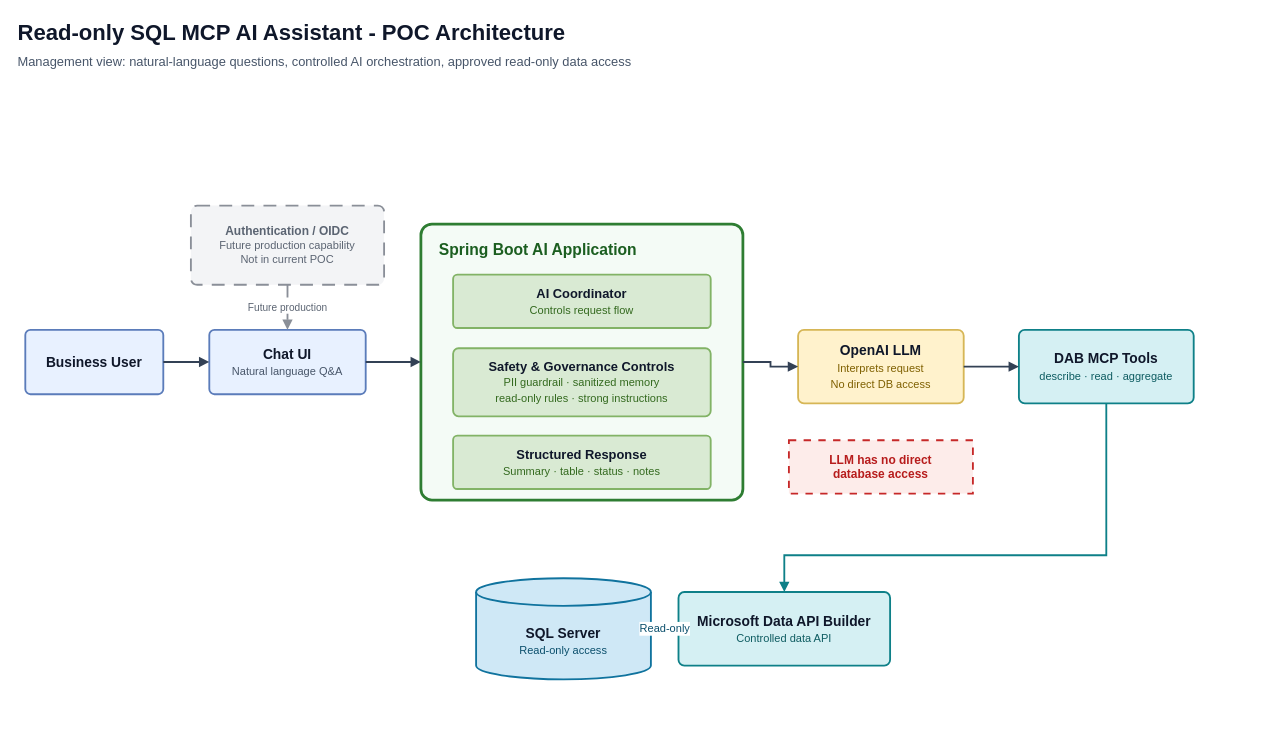
Above: docs/sql-mcp-poc-architecture.drawio in prakashmutyala07/sql-mcp (draw.io), before the change. Source tidied: cells renumbered, new cells numbered last; positions are measured from the earlier drawing's top-left corner, leaving out a move shared by most shapes. Both pictures are drawn from the tidied source at 92%, with x=0, y=0 at pixel (16, 16).
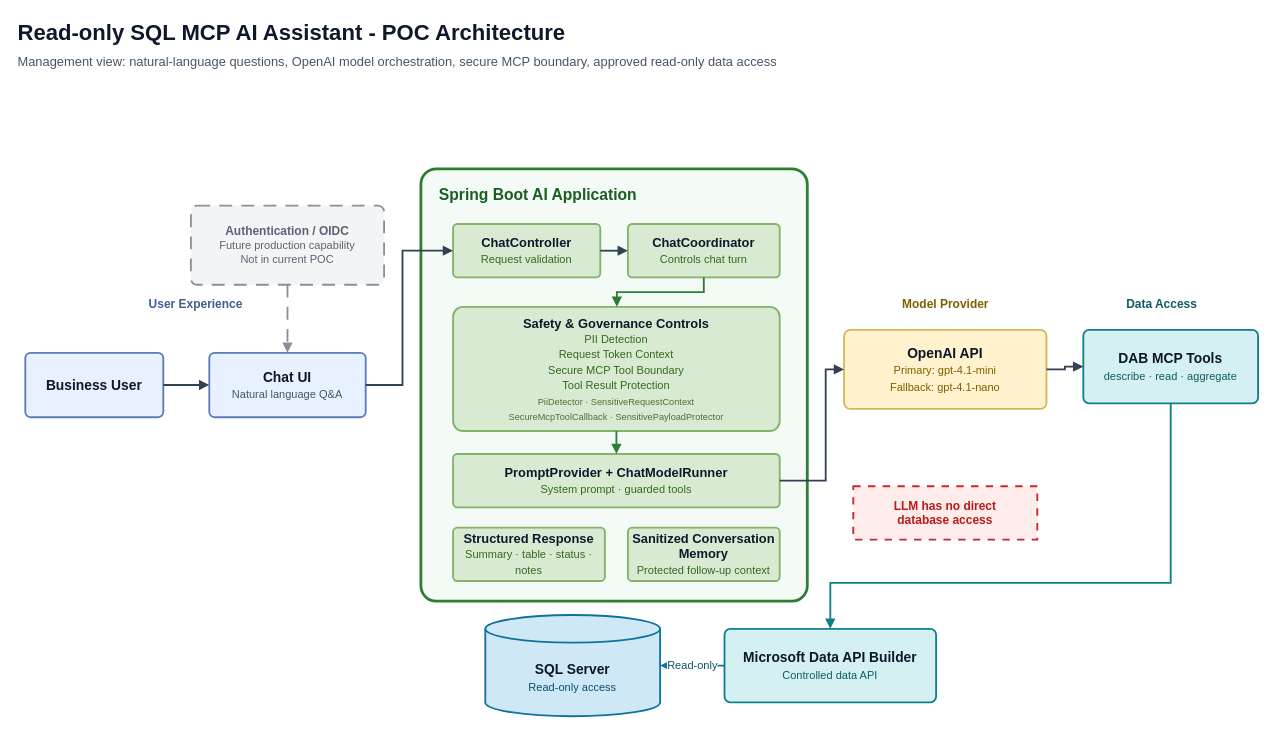
The same diagram, later.

Commit message (it also covers changes not shown here):
Refresh architecture documentation

Unchanged cells that the change refers to:
```xml
<mxCell id="6" value="&lt;b&gt;Authentication / OIDC&lt;/b&gt;&lt;br&gt;&lt;font style=&quot;font-size: 12px;&quot;&gt;Future production capability&lt;br&gt;Not in current POC&lt;/font&gt;" style="rounded=1;whiteSpace=wrap;html=1;fillColor=#f3f4f6;strokeColor=#8a8f98;dashed=1;dashPattern=7 5;fontSize=13;fontColor=#5b6472;arcSize=8;strokeWidth=2;" parent="1" vertex="1">
  <mxGeometry x="190" y="206" width="210" height="86" as="geometry" />
</mxCell>
```

Change to the diagram source:
```diff
@@
-    <mxCell id="3" value="Management view: natural-language questions, controlled AI orchestration, approved read-only data access" style="text;html=1;strokeColor=none;fillColor=none;align=left;verticalAlign=middle;fontSize=14;fontColor=#475569;" parent="1" vertex="1">
-      <mxGeometry y="38" width="1050" height="24" as="geometry" />
+    <mxCell id="3" value="Management view: natural-language questions, OpenAI model orchestration, secure MCP boundary, approved read-only data access" style="text;html=1;strokeColor=none;fillColor=none;align=left;verticalAlign=middle;fontSize=14;fontColor=#475569;" parent="1" vertex="1">
+      <mxGeometry y="38" width="1180" height="24" as="geometry" />
     </mxCell>
+    <mxCell id="23" value="User Experience" style="text;html=1;strokeColor=none;fillColor=none;align=center;verticalAlign=middle;fontSize=13;fontStyle=1;fontColor=#3f5f91;" parent="1" vertex="1">
+      <mxGeometry x="10" y="301" width="370" height="24" as="geometry" />
+    </mxCell>
     <mxCell id="4" value="&lt;b&gt;Business User&lt;/b&gt;" style="rounded=1;whiteSpace=wrap;html=1;fillColor=#e8f1ff;strokeColor=#5b7cba;fontSize=15;fontColor=#0f172a;arcSize=8;strokeWidth=2;" parent="1" vertex="1">
-      <mxGeometry x="10" y="341" width="150" height="70" as="geometry" />
+      <mxGeometry x="10" y="366" width="150" height="70" as="geometry" />
     </mxCell>
     <mxCell id="5" value="&lt;b&gt;Chat UI&lt;/b&gt;&lt;br&gt;&lt;font style=&quot;font-size: 12px;&quot; color=&quot;#475569&quot;&gt;Natural language Q&amp;amp;A&lt;/font&gt;" style="rounded=1;whiteSpace=wrap;html=1;fillColor=#e8f1ff;strokeColor=#5b7cba;fontSize=15;fontColor=#0f172a;arcSize=8;strokeWidth=2;" parent="1" vertex="1">
-      <mxGeometry x="210" y="341" width="170" height="70" as="geometry" />
+      <mxGeometry x="210" y="366" width="170" height="70" as="geometry" />
     </mxCell>
@@
     <mxCell id="7" value="&lt;b&gt;Spring Boot AI Application&lt;/b&gt;" style="rounded=1;whiteSpace=wrap;html=1;fillColor=#f4fbf6;strokeColor=#2e7d32;strokeWidth=3;verticalAlign=top;align=left;spacingLeft=18;spacingTop=12;fontSize=17;fontColor=#1b5e20;arcSize=4;" parent="1" vertex="1">
-      <mxGeometry x="440" y="226" width="350" height="300" as="geometry" />
+      <mxGeometry x="440" y="166" width="420" height="470" as="geometry" />
     </mxCell>
+    <mxCell id="24" value="&lt;b&gt;ChatController&lt;/b&gt;&lt;br&gt;&lt;font style=&quot;font-size: 12px;&quot; color=&quot;#33691e&quot;&gt;Request validation&lt;/font&gt;" style="rounded=1;whiteSpace=wrap;html=1;fillColor=#d9ead3;strokeColor=#82b366;fontSize=14;fontColor=#0f172a;arcSize=8;strokeWidth=2;" parent="1" vertex="1">
+      <mxGeometry x="475" y="226" width="160" height="58" as="geometry" />
+    </mxCell>
-    <mxCell id="8" value="&lt;b&gt;AI Coordinator&lt;/b&gt;&lt;br&gt;&lt;font style=&quot;font-size: 12px;&quot; color=&quot;#33691e&quot;&gt;Controls request flow&lt;/font&gt;" style="rounded=1;whiteSpace=wrap;html=1;fillColor=#d9ead3;strokeColor=#82b366;fontSize=14;fontColor=#0f172a;arcSize=8;strokeWidth=2;" parent="1" vertex="1">
-      <mxGeometry x="475" y="281" width="280" height="58" as="geometry" />
+    <mxCell id="8" value="&lt;b&gt;ChatCoordinator&lt;/b&gt;&lt;br&gt;&lt;font style=&quot;font-size: 12px;&quot; color=&quot;#33691e&quot;&gt;Controls chat turn&lt;/font&gt;" style="rounded=1;whiteSpace=wrap;html=1;fillColor=#d9ead3;strokeColor=#82b366;fontSize=14;fontColor=#0f172a;arcSize=8;strokeWidth=2;" parent="1" vertex="1">
+      <mxGeometry x="665" y="226" width="165" height="58" as="geometry" />
     </mxCell>
-    <mxCell id="9" value="&lt;b&gt;Safety &amp;amp; Governance Controls&lt;/b&gt;&lt;br&gt;&lt;font style=&quot;font-size: 12px;&quot; color=&quot;#33691e&quot;&gt;PII guardrail · sanitized memory&lt;br&gt;read-only rules · strong instructions&lt;/font&gt;" style="rounded=1;whiteSpace=wrap;html=1;fillColor=#d9ead3;strokeColor=#82b366;fontSize=14;fontColor=#0f172a;arcSize=8;strokeWidth=2;" parent="1" vertex="1">
-      <mxGeometry x="475" y="361" width="280" height="74" as="geometry" />
+    <mxCell id="9" value="&lt;b&gt;Safety &amp;amp; Governance Controls&lt;/b&gt;&lt;br&gt;&lt;font style=&quot;font-size: 12px;&quot; color=&quot;#33691e&quot;&gt;PII Detection&lt;br&gt;Request Token Context&lt;br&gt;Secure MCP Tool Boundary&lt;br&gt;Tool Result Protection&lt;/font&gt;&lt;br&gt;&lt;font style=&quot;font-size: 10px;&quot; color=&quot;#4f6f37&quot;&gt;PiiDetector · SensitiveRequestContext&lt;br&gt;SecureMcpToolCallback · SensitivePayloadProtector&lt;/font&gt;" style="rounded=1;whiteSpace=wrap;html=1;fillColor=#d9ead3;strokeColor=#82b366;fontSize=14;fontColor=#0f172a;arcSize=8;strokeWidth=2;" parent="1" vertex="1">
+      <mxGeometry x="475" y="316" width="355" height="135" as="geometry" />
     </mxCell>
+    <mxCell id="25" value="&lt;b&gt;PromptProvider + ChatModelRunner&lt;/b&gt;&lt;br&gt;&lt;font style=&quot;font-size: 12px;&quot; color=&quot;#33691e&quot;&gt;System prompt · guarded tools&lt;/font&gt;" style="rounded=1;whiteSpace=wrap;html=1;fillColor=#d9ead3;strokeColor=#82b366;fontSize=14;fontColor=#0f172a;arcSize=8;strokeWidth=2;" parent="1" vertex="1">
+      <mxGeometry x="475" y="476" width="355" height="58" as="geometry" />
+    </mxCell>
     <mxCell id="10" value="&lt;b&gt;Structured Response&lt;/b&gt;&lt;br&gt;&lt;font style=&quot;font-size: 12px;&quot; color=&quot;#33691e&quot;&gt;Summary · table · status · notes&lt;/font&gt;" style="rounded=1;whiteSpace=wrap;html=1;fillColor=#d9ead3;strokeColor=#82b366;fontSize=14;fontColor=#0f172a;arcSize=8;strokeWidth=2;" parent="1" vertex="1">
-      <mxGeometry x="475" y="456" width="280" height="58" as="geometry" />
+      <mxGeometry x="475" y="556" width="165" height="58" as="geometry" />
     </mxCell>
+    <mxCell id="26" value="&lt;b&gt;Sanitized Conversation Memory&lt;/b&gt;&lt;br&gt;&lt;font style=&quot;font-size: 12px;&quot; color=&quot;#33691e&quot;&gt;Protected follow-up context&lt;/font&gt;" style="rounded=1;whiteSpace=wrap;html=1;fillColor=#d9ead3;strokeColor=#82b366;fontSize=14;fontColor=#0f172a;arcSize=8;strokeWidth=2;" parent="1" vertex="1">
+      <mxGeometry x="665" y="556" width="165" height="58" as="geometry" />
+    </mxCell>
+    <mxCell id="27" value="Model Provider" style="text;html=1;strokeColor=none;fillColor=none;align=center;verticalAlign=middle;fontSize=13;fontStyle=1;fontColor=#7f6000;" parent="1" vertex="1">
+      <mxGeometry x="905" y="301" width="210" height="24" as="geometry" />
+    </mxCell>
-    <mxCell id="11" value="&lt;b&gt;OpenAI LLM&lt;/b&gt;&lt;br&gt;&lt;font style=&quot;font-size: 12px;&quot; color=&quot;#7f6000&quot;&gt;Interprets request&lt;br&gt;No direct DB access&lt;/font&gt;" style="rounded=1;whiteSpace=wrap;html=1;fillColor=#fff2cc;strokeColor=#d6b656;fontSize=15;fontColor=#0f172a;arcSize=8;strokeWidth=2;" parent="1" vertex="1">
-      <mxGeometry x="850" y="341" width="180" height="80" as="geometry" />
+    <mxCell id="11" value="&lt;b&gt;OpenAI API&lt;/b&gt;&lt;br&gt;&lt;font style=&quot;font-size: 12px;&quot; color=&quot;#7f6000&quot;&gt;Primary: gpt-4.1-mini&lt;br&gt;Fallback: gpt-4.1-nano&lt;/font&gt;" style="rounded=1;whiteSpace=wrap;html=1;fillColor=#fff2cc;strokeColor=#d6b656;fontSize=15;fontColor=#0f172a;arcSize=8;strokeWidth=2;" parent="1" vertex="1">
+      <mxGeometry x="900" y="341" width="220" height="86" as="geometry" />
     </mxCell>
     <mxCell id="12" value="&lt;b&gt;LLM has no direct&lt;br&gt;database access&lt;/b&gt;" style="rounded=0;whiteSpace=wrap;html=1;fillColor=#fdecea;strokeColor=#c62828;fontSize=13;fontColor=#b71c1c;strokeWidth=2;dashed=1;dashPattern=4 4;" parent="1" vertex="1">
-      <mxGeometry x="840" y="461" width="200" height="58" as="geometry" />
+      <mxGeometry x="910" y="511" width="200" height="58" as="geometry" />
     </mxCell>
+    <mxCell id="28" value="Data Access" style="text;html=1;strokeColor=none;fillColor=none;align=center;verticalAlign=middle;fontSize=13;fontStyle=1;fontColor=#0e5c61;" parent="1" vertex="1">
+      <mxGeometry x="1150" y="301" width="190" height="24" as="geometry" />
+    </mxCell>
     <mxCell id="13" value="&lt;b&gt;DAB MCP Tools&lt;/b&gt;&lt;br&gt;&lt;font style=&quot;font-size: 12px;&quot; color=&quot;#0e5c61&quot;&gt;describe · read · aggregate&lt;/font&gt;" style="rounded=1;whiteSpace=wrap;html=1;fillColor=#d5f0f3;strokeColor=#0e8088;fontSize=15;fontColor=#0f172a;arcSize=8;strokeWidth=2;" parent="1" vertex="1">
-      <mxGeometry x="1090" y="341" width="190" height="80" as="geometry" />
+      <mxGeometry x="1160" y="341" width="190" height="80" as="geometry" />
     </mxCell>
     <mxCell id="14" value="&lt;b&gt;Microsoft Data API Builder&lt;/b&gt;&lt;br&gt;&lt;font style=&quot;font-size: 12px;&quot; color=&quot;#0e5c61&quot;&gt;Controlled data API&lt;/font&gt;" style="rounded=1;whiteSpace=wrap;html=1;fillColor=#d5f0f3;strokeColor=#0e8088;fontSize=15;fontColor=#0f172a;arcSize=8;strokeWidth=2;" parent="1" vertex="1">
-      <mxGeometry x="720" y="626" width="230" height="80" as="geometry" />
+      <mxGeometry x="770" y="666" width="230" height="80" as="geometry" />
     </mxCell>
     <mxCell id="15" value="&lt;b&gt;SQL Server&lt;/b&gt;&lt;br&gt;&lt;font style=&quot;font-size: 12px;&quot; color=&quot;#0b4f6c&quot;&gt;Read-only access&lt;/font&gt;" style="shape=cylinder3;whiteSpace=wrap;html=1;boundedLbl=1;backgroundOutline=1;size=15;fillColor=#cfe8f6;strokeColor=#10739e;fontSize=15;fontColor=#0f172a;strokeWidth=2;verticalAlign=middle;" parent="1" vertex="1">
-      <mxGeometry x="500" y="611" width="190" height="110" as="geometry" />
+      <mxGeometry x="510" y="651" width="190" height="110" as="geometry" />
     </mxCell>
@@
-    <mxCell id="17" style="edgeStyle=orthogonalEdgeStyle;rounded=0;html=1;strokeWidth=2;strokeColor=#334155;endArrow=block;endFill=1;" parent="1" edge="1" source="5" target="7">
-      <mxGeometry relative="1" as="geometry" />
+    <mxCell id="17" style="edgeStyle=orthogonalEdgeStyle;rounded=0;html=1;strokeWidth=2;strokeColor=#334155;endArrow=block;endFill=1;" parent="1" edge="1" source="5" target="24">
+      <mxGeometry relative="1" as="geometry">
+        <Array as="points">
+          <mxPoint x="420" y="401" />
+          <mxPoint x="420" y="255" />
+        </Array>
+      </mxGeometry>
     </mxCell>
+    <mxCell id="29" style="edgeStyle=orthogonalEdgeStyle;rounded=0;html=1;strokeWidth=2;strokeColor=#334155;endArrow=block;endFill=1;" parent="1" edge="1" source="24" target="8">
+      <mxGeometry relative="1" as="geometry" />
+    </mxCell>
+    <mxCell id="30" style="edgeStyle=orthogonalEdgeStyle;rounded=0;html=1;strokeWidth=2;strokeColor=#2e7d32;endArrow=block;endFill=1;" parent="1" edge="1" source="8" target="9">
+      <mxGeometry relative="1" as="geometry">
+        <Array as="points">
+          <mxPoint x="748" y="300" />
+          <mxPoint x="653" y="300" />
+        </Array>
+      </mxGeometry>
+    </mxCell>
+    <mxCell id="31" style="edgeStyle=orthogonalEdgeStyle;rounded=0;html=1;strokeWidth=2;strokeColor=#2e7d32;endArrow=block;endFill=1;" parent="1" edge="1" source="9" target="25">
+      <mxGeometry relative="1" as="geometry" />
+    </mxCell>
-    <mxCell id="18" style="edgeStyle=orthogonalEdgeStyle;rounded=0;html=1;strokeWidth=2;strokeColor=#334155;endArrow=block;endFill=1;" parent="1" edge="1" source="7" target="11">
-      <mxGeometry relative="1" as="geometry" />
+    <mxCell id="18" style="edgeStyle=orthogonalEdgeStyle;rounded=0;html=1;strokeWidth=2;strokeColor=#334155;endArrow=block;endFill=1;" parent="1" edge="1" source="25" target="11">
+      <mxGeometry relative="1" as="geometry">
+        <Array as="points">
+          <mxPoint x="880" y="505" />
+          <mxPoint x="880" y="384" />
+        </Array>
+      </mxGeometry>
     </mxCell>
@@
     <mxCell id="20" style="edgeStyle=orthogonalEdgeStyle;rounded=0;html=1;strokeWidth=2;strokeColor=#0e8088;endArrow=block;endFill=1;" parent="1" edge="1" source="13" target="14">
       <mxGeometry relative="1" as="geometry">
         <Array as="points">
-          <mxPoint x="1185" y="586" />
-          <mxPoint x="835" y="586" />
+          <mxPoint x="1255" y="616" />
+          <mxPoint x="885" y="616" />
         </Array>
       </mxGeometry>
     </mxCell>
@@
-    <mxCell id="22" value="Future production" style="edgeStyle=orthogonalEdgeStyle;rounded=0;html=1;strokeWidth=2;strokeColor=#8a8f98;dashed=1;dashPattern=7 5;endArrow=block;endFill=1;fontSize=11;fontColor=#5b6472;labelBackgroundColor=#ffffff;" parent="1" edge="1" source="6" target="5">
+    <mxCell id="22" style="edgeStyle=orthogonalEdgeStyle;rounded=0;html=1;strokeWidth=2;strokeColor=#8a8f98;dashed=1;dashPattern=7 5;endArrow=block;endFill=1;fontSize=11;fontColor=#5b6472;labelBackgroundColor=#ffffff;" parent="1" edge="1" source="6" target="5">
       <mxGeometry relative="1" as="geometry" />
     </mxCell>
```
